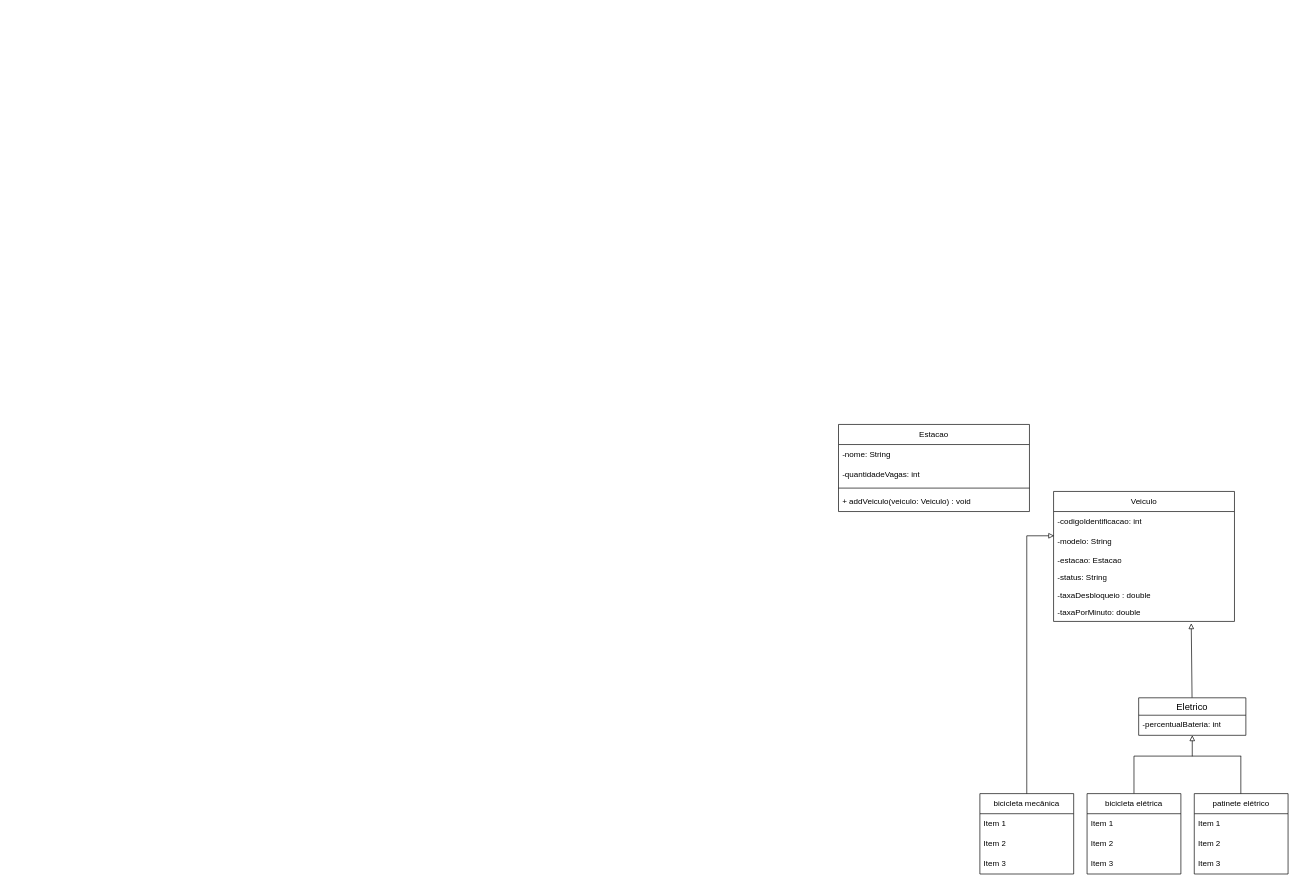
This is trabalhoPOO.drawio from Seyf3rt/TrabalhoPOO, a draw.io file, before an edit. Source tidied: cells renumbered, new cells numbered last; positions are measured from the earlier drawing's top-left corner, leaving out a move shared by most shapes. Both pictures are drawn from the tidied source at 67%, with x=0, y=0 at pixel (838, 424).
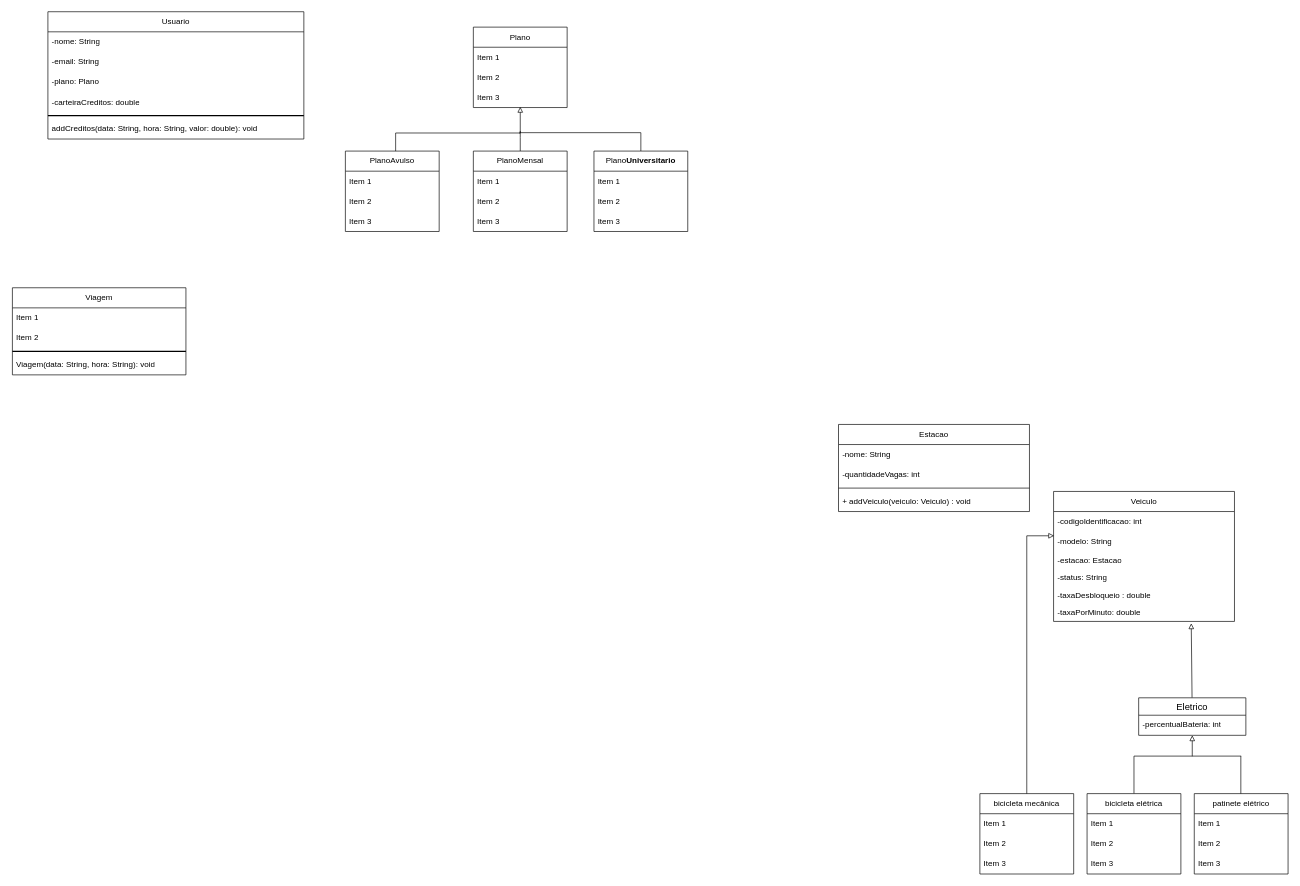
The same page after the edit.

Diff of the diagram source:
```diff
@@
+    <mxCell id="34" value="Usuario" style="swimlane;fontStyle=0;horizontal=1;startSize=30;whiteSpace=wrap;html=1;" parent="1" vertex="1">
+      <mxGeometry x="-1180" y="-616" width="382" height="190" as="geometry" />
+    </mxCell>
+    <mxCell id="35" value="-nome: String" style="text;strokeColor=none;fillColor=none;align=left;verticalAlign=middle;spacingLeft=4;spacingRight=4;overflow=hidden;whiteSpace=wrap;html=1;" parent="34" vertex="1">
+      <mxGeometry y="30" width="382" height="30" as="geometry" />
+    </mxCell>
+    <mxCell id="36" value="-email: String" style="text;strokeColor=none;fillColor=none;align=left;verticalAlign=middle;spacingLeft=4;spacingRight=4;overflow=hidden;whiteSpace=wrap;html=1;" parent="34" vertex="1">
+      <mxGeometry y="60" width="382" height="30" as="geometry" />
+    </mxCell>
+    <mxCell id="37" value="-plano: Plano" style="text;strokeColor=none;fillColor=none;align=left;verticalAlign=middle;spacingLeft=4;spacingRight=4;overflow=hidden;whiteSpace=wrap;html=1;" parent="34" vertex="1">
+      <mxGeometry y="90" width="382" height="30" as="geometry" />
+    </mxCell>
+    <mxCell id="38" value="-carteiraCreditos: double" style="text;strokeColor=none;fillColor=none;align=left;verticalAlign=middle;spacingLeft=4;spacingRight=4;overflow=hidden;whiteSpace=wrap;html=1;" parent="34" vertex="1">
+      <mxGeometry y="120" width="382" height="30" as="geometry" />
+    </mxCell>
+    <mxCell id="39" style="line;strokeWidth=2;html=1;" parent="34" vertex="1">
+      <mxGeometry y="150" width="382" height="10" as="geometry" />
+    </mxCell>
+    <mxCell id="40" value="addCreditos(data: String, hora: String, valor: double): void&amp;nbsp;" style="text;strokeColor=none;fillColor=none;align=left;verticalAlign=middle;spacingLeft=4;spacingRight=4;overflow=hidden;whiteSpace=wrap;html=1;" parent="34" vertex="1">
+      <mxGeometry y="160" width="382" height="30" as="geometry" />
+    </mxCell>
+    <mxCell id="41" value="Plano" style="swimlane;fontStyle=0;horizontal=1;startSize=30;whiteSpace=wrap;html=1;" parent="1" vertex="1">
+      <mxGeometry x="-545" y="-593" width="140" height="120" as="geometry" />
+    </mxCell>
+    <mxCell id="42" value="Item 1" style="text;strokeColor=none;fillColor=none;align=left;verticalAlign=middle;spacingLeft=4;spacingRight=4;overflow=hidden;whiteSpace=wrap;html=1;" parent="41" vertex="1">
+      <mxGeometry y="30" width="140" height="30" as="geometry" />
+    </mxCell>
+    <mxCell id="43" value="Item 2" style="text;strokeColor=none;fillColor=none;align=left;verticalAlign=middle;spacingLeft=4;spacingRight=4;overflow=hidden;whiteSpace=wrap;html=1;" parent="41" vertex="1">
+      <mxGeometry y="60" width="140" height="30" as="geometry" />
+    </mxCell>
+    <mxCell id="44" value="Item 3" style="text;strokeColor=none;fillColor=none;align=left;verticalAlign=middle;spacingLeft=4;spacingRight=4;overflow=hidden;whiteSpace=wrap;html=1;" parent="41" vertex="1">
+      <mxGeometry y="90" width="140" height="30" as="geometry" />
+    </mxCell>
+    <mxCell id="45" value="PlanoAvulso" style="swimlane;fontStyle=0;horizontal=1;startSize=30;whiteSpace=wrap;html=1;" parent="1" vertex="1">
+      <mxGeometry x="-736" y="-408" width="140" height="120" as="geometry" />
+    </mxCell>
+    <mxCell id="46" value="Item 1" style="text;strokeColor=none;fillColor=none;align=left;verticalAlign=middle;spacingLeft=4;spacingRight=4;overflow=hidden;whiteSpace=wrap;html=1;" parent="45" vertex="1">
+      <mxGeometry y="30" width="140" height="30" as="geometry" />
+    </mxCell>
+    <mxCell id="47" value="Item 2" style="text;strokeColor=none;fillColor=none;align=left;verticalAlign=middle;spacingLeft=4;spacingRight=4;overflow=hidden;whiteSpace=wrap;html=1;" parent="45" vertex="1">
+      <mxGeometry y="60" width="140" height="30" as="geometry" />
+    </mxCell>
+    <mxCell id="48" value="Item 3" style="text;strokeColor=none;fillColor=none;align=left;verticalAlign=middle;spacingLeft=4;spacingRight=4;overflow=hidden;whiteSpace=wrap;html=1;" parent="45" vertex="1">
+      <mxGeometry y="90" width="140" height="30" as="geometry" />
+    </mxCell>
+    <mxCell id="49" style="edgeStyle=orthogonalEdgeStyle;rounded=0;orthogonalLoop=1;jettySize=auto;html=1;defaultLabelBackgroundColor=page;labelPadding=0 4;endArrow=none;endFill=0;" parent="1" edge="1">
+      <mxGeometry x="-0.01" relative="1" as="geometry">
+        <mxPoint x="-295" y="-408" as="sourcePoint" />
+        <mxPoint x="-475.8" y="-434.2" as="targetPoint" />
+        <Array as="points">
+          <mxPoint x="-295" y="-435.5" />
+        </Array>
+      </mxGeometry>
+    </mxCell>
+    <mxCell id="50" value="Plano&lt;span style=&quot;font-weight:600&quot; class=&quot;notion-enable-hover&quot;&gt;Universitario&lt;/span&gt;" style="swimlane;fontStyle=0;horizontal=1;startSize=30;whiteSpace=wrap;html=1;" parent="1" vertex="1">
+      <mxGeometry x="-365" y="-408" width="140" height="120" as="geometry" />
+    </mxCell>
+    <mxCell id="51" value="Item 1" style="text;strokeColor=none;fillColor=none;align=left;verticalAlign=middle;spacingLeft=4;spacingRight=4;overflow=hidden;whiteSpace=wrap;html=1;" parent="50" vertex="1">
+      <mxGeometry y="30" width="140" height="30" as="geometry" />
+    </mxCell>
+    <mxCell id="52" value="Item 2" style="text;strokeColor=none;fillColor=none;align=left;verticalAlign=middle;spacingLeft=4;spacingRight=4;overflow=hidden;whiteSpace=wrap;html=1;" parent="50" vertex="1">
+      <mxGeometry y="60" width="140" height="30" as="geometry" />
+    </mxCell>
+    <mxCell id="53" value="Item 3" style="text;strokeColor=none;fillColor=none;align=left;verticalAlign=middle;spacingLeft=4;spacingRight=4;overflow=hidden;whiteSpace=wrap;html=1;" parent="50" vertex="1">
+      <mxGeometry y="90" width="140" height="30" as="geometry" />
+    </mxCell>
+    <mxCell id="54" style="edgeStyle=orthogonalEdgeStyle;rounded=0;jettySize=auto;html=1;defaultLabelBackgroundColor=page;labelPadding=0 4;endArrow=none;endFill=0;" parent="1" edge="1" source="55">
+      <mxGeometry relative="1" as="geometry">
+        <mxPoint x="-475" y="-438" as="targetPoint" />
+      </mxGeometry>
+    </mxCell>
+    <mxCell id="55" value="PlanoMensal" style="swimlane;fontStyle=0;horizontal=1;startSize=30;whiteSpace=wrap;html=1;" parent="1" vertex="1">
+      <mxGeometry x="-545" y="-408" width="140" height="120" as="geometry" />
+    </mxCell>
+    <mxCell id="56" value="Item 1" style="text;strokeColor=none;fillColor=none;align=left;verticalAlign=middle;spacingLeft=4;spacingRight=4;overflow=hidden;whiteSpace=wrap;html=1;" parent="55" vertex="1">
+      <mxGeometry y="30" width="140" height="30" as="geometry" />
+    </mxCell>
+    <mxCell id="57" value="Item 2" style="text;strokeColor=none;fillColor=none;align=left;verticalAlign=middle;spacingLeft=4;spacingRight=4;overflow=hidden;whiteSpace=wrap;html=1;" parent="55" vertex="1">
+      <mxGeometry y="60" width="140" height="30" as="geometry" />
+    </mxCell>
+    <mxCell id="58" value="Item 3" style="text;strokeColor=none;fillColor=none;align=left;verticalAlign=middle;spacingLeft=4;spacingRight=4;overflow=hidden;whiteSpace=wrap;html=1;" parent="55" vertex="1">
+      <mxGeometry y="90" width="140" height="30" as="geometry" />
+    </mxCell>
+    <mxCell id="59" style="edgeStyle=orthogonalEdgeStyle;rounded=0;jettySize=auto;html=1;defaultLabelBackgroundColor=page;labelPadding=0 4;endArrow=block;endFill=0;" parent="1" edge="1" source="45">
+      <mxGeometry x="0.35" relative="1" as="geometry">
+        <mxPoint x="-475" y="-474" as="targetPoint" />
+        <Array as="points">
+          <mxPoint x="-661" y="-435" />
+          <mxPoint x="-475" y="-435" />
+          <mxPoint x="-475" y="-474" />
+        </Array>
+      </mxGeometry>
+    </mxCell>
+    <mxCell id="60" value="Viagem" style="swimlane;fontStyle=0;horizontal=1;startSize=30;whiteSpace=wrap;html=1;" parent="1" vertex="1">
+      <mxGeometry x="-1233" y="-204" width="259" height="130" as="geometry" />
+    </mxCell>
+    <mxCell id="61" value="Item 1" style="text;strokeColor=none;fillColor=none;align=left;verticalAlign=middle;spacingLeft=4;spacingRight=4;overflow=hidden;whiteSpace=wrap;html=1;" parent="60" vertex="1">
+      <mxGeometry y="30" width="259" height="30" as="geometry" />
+    </mxCell>
+    <mxCell id="62" value="Item 2" style="text;strokeColor=none;fillColor=none;align=left;verticalAlign=middle;spacingLeft=4;spacingRight=4;overflow=hidden;whiteSpace=wrap;html=1;" parent="60" vertex="1">
+      <mxGeometry y="60" width="259" height="30" as="geometry" />
+    </mxCell>
+    <mxCell id="63" style="line;strokeWidth=2;html=1;" parent="60" vertex="1">
+      <mxGeometry y="90" width="259" height="10" as="geometry" />
+    </mxCell>
+    <mxCell id="64" value="Viagem(data: String, hora: String): void" style="text;strokeColor=none;fillColor=none;align=left;verticalAlign=middle;spacingLeft=4;spacingRight=4;overflow=hidden;whiteSpace=wrap;html=1;" parent="60" vertex="1">
+      <mxGeometry y="100" width="259" height="30" as="geometry" />
+    </mxCell>
```
